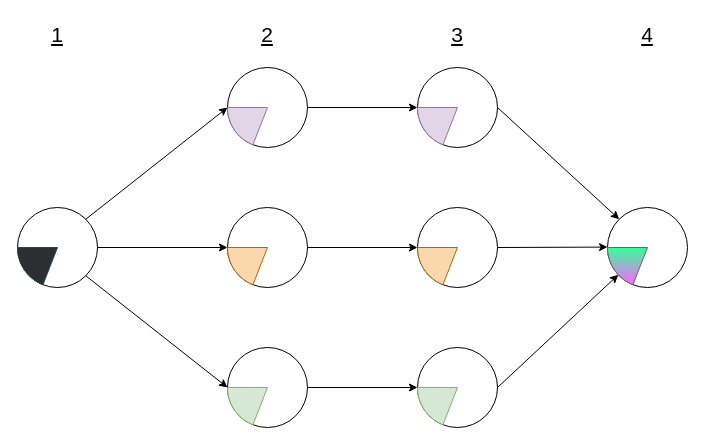
Above: page "Page-1" (1 of 3) of figures/visualization_multiple_imputation.drawio in joshuawe/sepsis (draw.io), before the change. Source tidied: cells renumbered, new cells numbered last; positions are measured from the earlier drawing's top-left corner, leaving out a move shared by most shapes. Both pictures are drawn from the tidied source at 100%, with x=0, y=0 at pixel (17, 19).
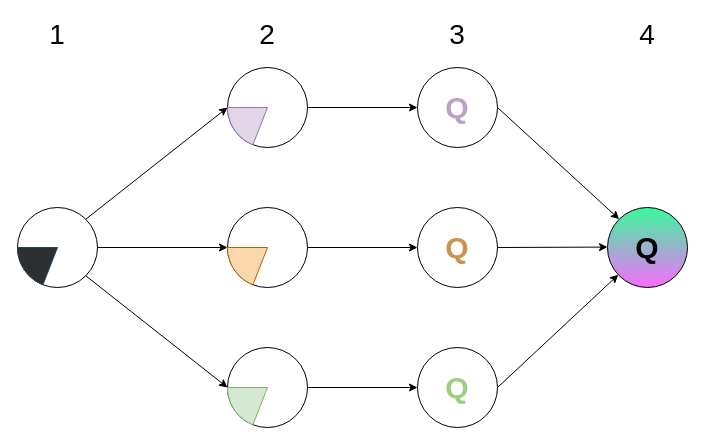
The same diagram, later.

The change refers to these unchanged cells:
```xml
<mxCell id="18" style="group;" parent="1" vertex="1">
  <mxGeometry x="400" y="48" width="80" height="360" as="geometry" />
</mxCell>
```

Change to the diagram source:
```diff
@@
-    <mxCell id="19" style="group;" parent="18" vertex="1">
+    <mxCell id="19" style="group;fontStyle=1;" parent="18" vertex="1">
       <mxGeometry y="140" width="80" height="80" as="geometry" />
     </mxCell>
-    <mxCell id="20" style="ellipse;whiteSpace=wrap;html=1;" parent="19" vertex="1">
+    <mxCell id="20" value="&lt;span style=&quot;font-size: 30px;&quot;&gt;&lt;font color=&quot;#cb934f&quot;&gt;&lt;b&gt;Q&lt;/b&gt;&lt;/font&gt;&lt;/span&gt;" style="ellipse;whiteSpace=wrap;html=1;" parent="19" vertex="1">
       <mxGeometry width="80" height="80" as="geometry" />
     </mxCell>
-    <mxCell id="21" style="verticalLabelPosition=bottom;verticalAlign=top;html=1;shape=mxgraph.basic.pie;startAngle=0.5593628396370643;endAngle=0.75;fillColor=#fad7ac;strokeColor=#b46504;fillStyle=auto;" parent="19" vertex="1">
-      <mxGeometry width="80" height="80" as="geometry" />
-    </mxCell>
-    <mxCell id="22" style="group;" parent="18" vertex="1">
+    <mxCell id="22" style="group;fontSize=20;fontStyle=1;" parent="18" vertex="1">
       <mxGeometry width="80" height="80" as="geometry" />
     </mxCell>
-    <mxCell id="23" style="ellipse;whiteSpace=wrap;html=1;" parent="22" vertex="1">
+    <mxCell id="23" value="&lt;font color=&quot;#baa2c5&quot; style=&quot;font-size: 30px;&quot;&gt;&lt;b&gt;Q&lt;/b&gt;&lt;/font&gt;" style="ellipse;whiteSpace=wrap;html=1;" parent="22" vertex="1">
       <mxGeometry width="80" height="80" as="geometry" />
     </mxCell>
-    <mxCell id="24" style="verticalLabelPosition=bottom;verticalAlign=top;html=1;shape=mxgraph.basic.pie;startAngle=0.5593628396370643;endAngle=0.75;fillColor=#e1d5e7;strokeColor=#9673a6;fillStyle=auto;" parent="22" vertex="1">
-      <mxGeometry width="80" height="80" as="geometry" />
-    </mxCell>
-    <mxCell id="25" style="group;" parent="18" vertex="1">
+    <mxCell id="25" style="group;fontStyle=1;" parent="18" vertex="1">
       <mxGeometry y="280" width="80" height="80" as="geometry" />
     </mxCell>
-    <mxCell id="26" style="ellipse;whiteSpace=wrap;html=1;" parent="25" vertex="1">
+    <mxCell id="26" value="&lt;span style=&quot;font-size: 30px;&quot;&gt;&lt;font color=&quot;#9cd080&quot;&gt;&lt;b&gt;Q&lt;/b&gt;&lt;/font&gt;&lt;/span&gt;" style="ellipse;whiteSpace=wrap;html=1;" parent="25" vertex="1">
       <mxGeometry width="80" height="80" as="geometry" />
     </mxCell>
-    <mxCell id="27" style="verticalLabelPosition=bottom;verticalAlign=top;html=1;shape=mxgraph.basic.pie;startAngle=0.5593628396370643;endAngle=0.75;fillColor=#d5e8d4;strokeColor=#82b366;fillStyle=auto;" parent="25" vertex="1">
-      <mxGeometry width="80" height="80" as="geometry" />
-    </mxCell>
@@
-    <mxCell id="31" style="group;" parent="1" vertex="1">
+    <mxCell id="31" style="group;labelBorderColor=default;" parent="1" vertex="1">
       <mxGeometry x="590" y="188" width="80" height="80" as="geometry" />
     </mxCell>
-    <mxCell id="32" style="ellipse;whiteSpace=wrap;html=1;" parent="31" vertex="1">
+    <mxCell id="32" value="&lt;span style=&quot;font-size: 30px;&quot;&gt;Q&lt;/span&gt;" style="ellipse;whiteSpace=wrap;html=1;gradientColor=#f76dfb;fillColor=#39fa9c;fontStyle=1;" parent="31" vertex="1">
       <mxGeometry width="80" height="80" as="geometry" />
     </mxCell>
-    <mxCell id="33" style="verticalLabelPosition=bottom;verticalAlign=top;html=1;shape=mxgraph.basic.pie;startAngle=0.5593628396370643;endAngle=0.75;fillColor=#33FF99;strokeColor=#666666;fillStyle=auto;fontColor=#333333;gradientColor=#FF66FF;" parent="31" vertex="1">
-      <mxGeometry width="80" height="80" as="geometry" />
-    </mxCell>
@@
-    <mxCell id="37" value="1" style="text;html=1;strokeColor=none;fillColor=none;align=center;verticalAlign=middle;whiteSpace=wrap;rounded=0;fontSize=21;horizontal=1;perimeterSpacing=0;strokeWidth=1;fontStyle=4;" parent="1" vertex="1">
+    <mxCell id="37" value="1" style="text;html=1;strokeColor=none;fillColor=none;align=center;verticalAlign=middle;whiteSpace=wrap;rounded=0;fontSize=28;horizontal=1;perimeterSpacing=0;strokeWidth=1;fontStyle=0;" parent="1" vertex="1">
       <mxGeometry x="20" width="40" height="30" as="geometry" />
     </mxCell>
-    <mxCell id="38" value="2" style="text;html=1;strokeColor=none;fillColor=none;align=center;verticalAlign=middle;whiteSpace=wrap;rounded=0;fontSize=21;horizontal=1;perimeterSpacing=0;strokeWidth=1;fontStyle=4;" parent="1" vertex="1">
+    <mxCell id="38" value="2" style="text;html=1;strokeColor=none;fillColor=none;align=center;verticalAlign=middle;whiteSpace=wrap;rounded=0;fontSize=28;horizontal=1;perimeterSpacing=0;strokeWidth=1;fontStyle=0;" parent="1" vertex="1">
       <mxGeometry x="230" width="40" height="30" as="geometry" />
     </mxCell>
-    <mxCell id="39" value="3" style="text;html=1;strokeColor=none;fillColor=none;align=center;verticalAlign=middle;whiteSpace=wrap;rounded=0;fontSize=21;horizontal=1;perimeterSpacing=0;strokeWidth=1;fontStyle=4;" parent="1" vertex="1">
+    <mxCell id="39" value="3" style="text;html=1;strokeColor=none;fillColor=none;align=center;verticalAlign=middle;whiteSpace=wrap;rounded=0;fontSize=28;horizontal=1;perimeterSpacing=0;strokeWidth=1;fontStyle=0;" parent="1" vertex="1">
       <mxGeometry x="420" width="40" height="30" as="geometry" />
     </mxCell>
-    <mxCell id="40" value="4" style="text;html=1;strokeColor=none;fillColor=none;align=center;verticalAlign=middle;whiteSpace=wrap;rounded=0;fontSize=21;horizontal=1;perimeterSpacing=0;strokeWidth=1;fontStyle=4;" parent="1" vertex="1">
+    <mxCell id="40" value="4" style="text;html=1;strokeColor=none;fillColor=none;align=center;verticalAlign=middle;whiteSpace=wrap;rounded=0;fontSize=28;horizontal=1;perimeterSpacing=0;strokeWidth=1;fontStyle=0;" parent="1" vertex="1">
       <mxGeometry x="610" width="40" height="30" as="geometry" />
     </mxCell>
```
